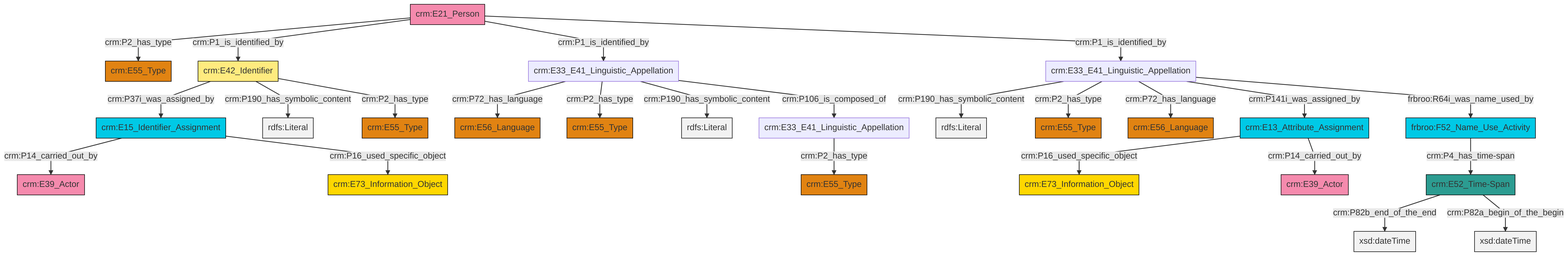
The Mermaid diagram et/personCSV/ttl/mmd/png/Person_Names_and_Classification.png in swiss-art-research-net/reference-data-models, before a commit. Its source is kept beside it as et/personCSV/ttl/mmd/Person_Names_and_Classification.ttl.mmd.
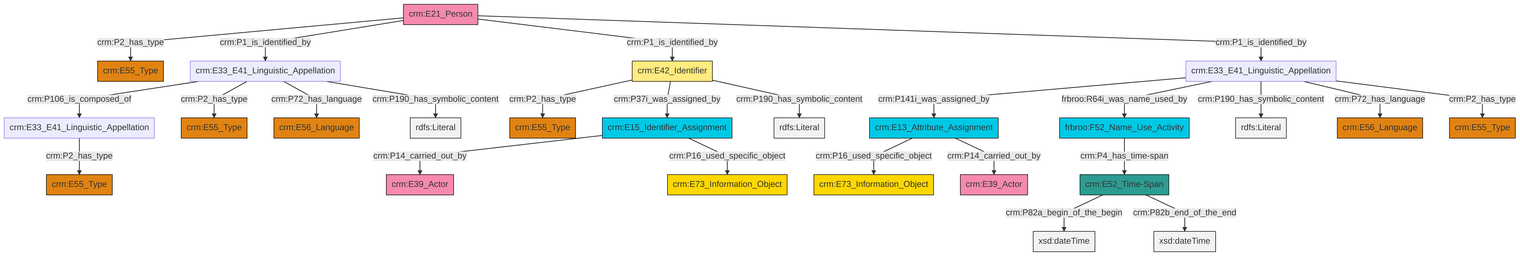
After the commit.

What changed in the source:
```diff
@@ -13,27 +13,27 @@
 classDef PC_Classes fill:#4ce600, stroke:#000000;
 classDef Multi fill:#cccccc,stroke:#000000;
 
-2["crm:E21_Person"]:::Actor -->|crm:P2_has_type| 3["crm:E55_Type"]:::Type
-8["crm:E33_E41_Linguistic_Appellation"]:::Default -->|crm:P72_has_language| 9["crm:E56_Language"]:::Type
-12["frbroo:F52_Name_Use_Activity"]:::Temporal_Entity -->|crm:P4_has_time-span| 6["crm:E52_Time-Span"]:::Time-Span
-15["crm:E13_Attribute_Assignment"]:::Temporal_Entity -->|crm:P16_used_specific_object| 16["crm:E73_Information_Object"]:::Conceptual_Object
-8["crm:E33_E41_Linguistic_Appellation"]:::Default -->|crm:P2_has_type| 24["crm:E55_Type"]:::Type
-0["crm:E42_Identifier"]:::Appellation -->|crm:P37i_was_assigned_by| 25["crm:E15_Identifier_Assignment"]:::Temporal_Entity
-26["crm:E33_E41_Linguistic_Appellation"]:::Default -->|crm:P190_has_symbolic_content| 27[rdfs:Literal]:::Literal
-26["crm:E33_E41_Linguistic_Appellation"]:::Default -->|crm:P2_has_type| 17["crm:E55_Type"]:::Type
-25["crm:E15_Identifier_Assignment"]:::Temporal_Entity -->|crm:P14_carried_out_by| 13["crm:E39_Actor"]:::Actor
-0["crm:E42_Identifier"]:::Appellation -->|crm:P190_has_symbolic_content| 28[rdfs:Literal]:::Literal
-6["crm:E52_Time-Span"]:::Time-Span -->|crm:P82b_end_of_the_end| 30[xsd:dateTime]:::Literal
-2["crm:E21_Person"]:::Actor -->|crm:P1_is_identified_by| 0["crm:E42_Identifier"]:::Appellation
-26["crm:E33_E41_Linguistic_Appellation"]:::Default -->|crm:P72_has_language| 10["crm:E56_Language"]:::Type
-25["crm:E15_Identifier_Assignment"]:::Temporal_Entity -->|crm:P16_used_specific_object| 32["crm:E73_Information_Object"]:::Conceptual_Object
-2["crm:E21_Person"]:::Actor -->|crm:P1_is_identified_by| 8["crm:E33_E41_Linguistic_Appellation"]:::Default
-26["crm:E33_E41_Linguistic_Appellation"]:::Default -->|crm:P141i_was_assigned_by| 15["crm:E13_Attribute_Assignment"]:::Temporal_Entity
-19["crm:E33_E41_Linguistic_Appellation"]:::Default -->|crm:P2_has_type| 22["crm:E55_Type"]:::Type
-0["crm:E42_Identifier"]:::Appellation -->|crm:P2_has_type| 4["crm:E55_Type"]:::Type
-8["crm:E33_E41_Linguistic_Appellation"]:::Default -->|crm:P190_has_symbolic_content| 35[rdfs:Literal]:::Literal
-8["crm:E33_E41_Linguistic_Appellation"]:::Default -->|crm:P106_is_composed_of| 19["crm:E33_E41_Linguistic_Appellation"]:::Default
-2["crm:E21_Person"]:::Actor -->|crm:P1_is_identified_by| 26["crm:E33_E41_Linguistic_Appellation"]:::Default
-15["crm:E13_Attribute_Assignment"]:::Temporal_Entity -->|crm:P14_carried_out_by| 37["crm:E39_Actor"]:::Actor
-6["crm:E52_Time-Span"]:::Time-Span -->|crm:P82a_begin_of_the_begin| 39[xsd:dateTime]:::Literal
-26["crm:E33_E41_Linguistic_Appellation"]:::Default -->|frbroo:R64i_was_name_used_by| 12["frbroo:F52_Name_Use_Activity"]:::Temporal_Entity
+0["crm:E13_Attribute_Assignment"]:::Temporal_Entity -->|crm:P16_used_specific_object| 1["crm:E73_Information_Object"]:::Conceptual_Object
+2["crm:E15_Identifier_Assignment"]:::Temporal_Entity -->|crm:P14_carried_out_by| 3["crm:E39_Actor"]:::Actor
+6["crm:E33_E41_Linguistic_Appellation"]:::Default -->|crm:P106_is_composed_of| 4["crm:E33_E41_Linguistic_Appellation"]:::Default
+7["crm:E21_Person"]:::Actor -->|crm:P2_has_type| 8["crm:E55_Type"]:::Type
+9["crm:E42_Identifier"]:::Appellation -->|crm:P2_has_type| 10["crm:E55_Type"]:::Type
+7["crm:E21_Person"]:::Actor -->|crm:P1_is_identified_by| 6["crm:E33_E41_Linguistic_Appellation"]:::Default
+22["crm:E33_E41_Linguistic_Appellation"]:::Default -->|crm:P141i_was_assigned_by| 0["crm:E13_Attribute_Assignment"]:::Temporal_Entity
+2["crm:E15_Identifier_Assignment"]:::Temporal_Entity -->|crm:P16_used_specific_object| 23["crm:E73_Information_Object"]:::Conceptual_Object
+9["crm:E42_Identifier"]:::Appellation -->|crm:P37i_was_assigned_by| 2["crm:E15_Identifier_Assignment"]:::Temporal_Entity
+6["crm:E33_E41_Linguistic_Appellation"]:::Default -->|crm:P2_has_type| 20["crm:E55_Type"]:::Type
+30["crm:E52_Time-Span"]:::Time-Span -->|crm:P82a_begin_of_the_begin| 31[xsd:dateTime]:::Literal
+4["crm:E33_E41_Linguistic_Appellation"]:::Default -->|crm:P2_has_type| 16["crm:E55_Type"]:::Type
+9["crm:E42_Identifier"]:::Appellation -->|crm:P190_has_symbolic_content| 32[rdfs:Literal]:::Literal
+7["crm:E21_Person"]:::Actor -->|crm:P1_is_identified_by| 9["crm:E42_Identifier"]:::Appellation
+22["crm:E33_E41_Linguistic_Appellation"]:::Default -->|frbroo:R64i_was_name_used_by| 11["frbroo:F52_Name_Use_Activity"]:::Temporal_Entity
+6["crm:E33_E41_Linguistic_Appellation"]:::Default -->|crm:P72_has_language| 13["crm:E56_Language"]:::Type
+22["crm:E33_E41_Linguistic_Appellation"]:::Default -->|crm:P190_has_symbolic_content| 33[rdfs:Literal]:::Literal
+30["crm:E52_Time-Span"]:::Time-Span -->|crm:P82b_end_of_the_end| 34[xsd:dateTime]:::Literal
+0["crm:E13_Attribute_Assignment"]:::Temporal_Entity -->|crm:P14_carried_out_by| 28["crm:E39_Actor"]:::Actor
+22["crm:E33_E41_Linguistic_Appellation"]:::Default -->|crm:P72_has_language| 18["crm:E56_Language"]:::Type
+22["crm:E33_E41_Linguistic_Appellation"]:::Default -->|crm:P2_has_type| 39["crm:E55_Type"]:::Type
+11["frbroo:F52_Name_Use_Activity"]:::Temporal_Entity -->|crm:P4_has_time-span| 30["crm:E52_Time-Span"]:::Time-Span
+7["crm:E21_Person"]:::Actor -->|crm:P1_is_identified_by| 22["crm:E33_E41_Linguistic_Appellation"]:::Default
+6["crm:E33_E41_Linguistic_Appellation"]:::Default -->|crm:P190_has_symbolic_content| 45[rdfs:Literal]:::Literal
```
